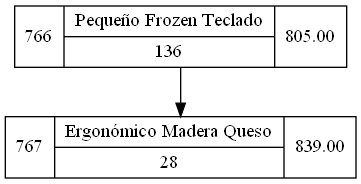
This is Cliente/src/assets/arboles/inventario.png from RojasCJP/EDD_VirtualMall_201900289, a Graphviz export, as it was before one commit. Its source is kept beside it as Cliente/src/assets/graphviz/inventario.dot.
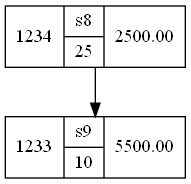
After the change.

What changed in the source:
```diff
@@ -1,6 +1,6 @@
 digraph arbol{
   node [shape=record]
-"766" [label="766|{Pequeño Frozen Teclado|136}|805.00"]
-"766"->"767"
-"767" [label="767|{Ergonómico Madera Queso|28}|839.00"]
+"1233" [label="1233|{s9|10}|5500.00"]
+"1234" [label="1234|{s8|25}|2500.00"]
+"1234"->"1233"
 }
```
